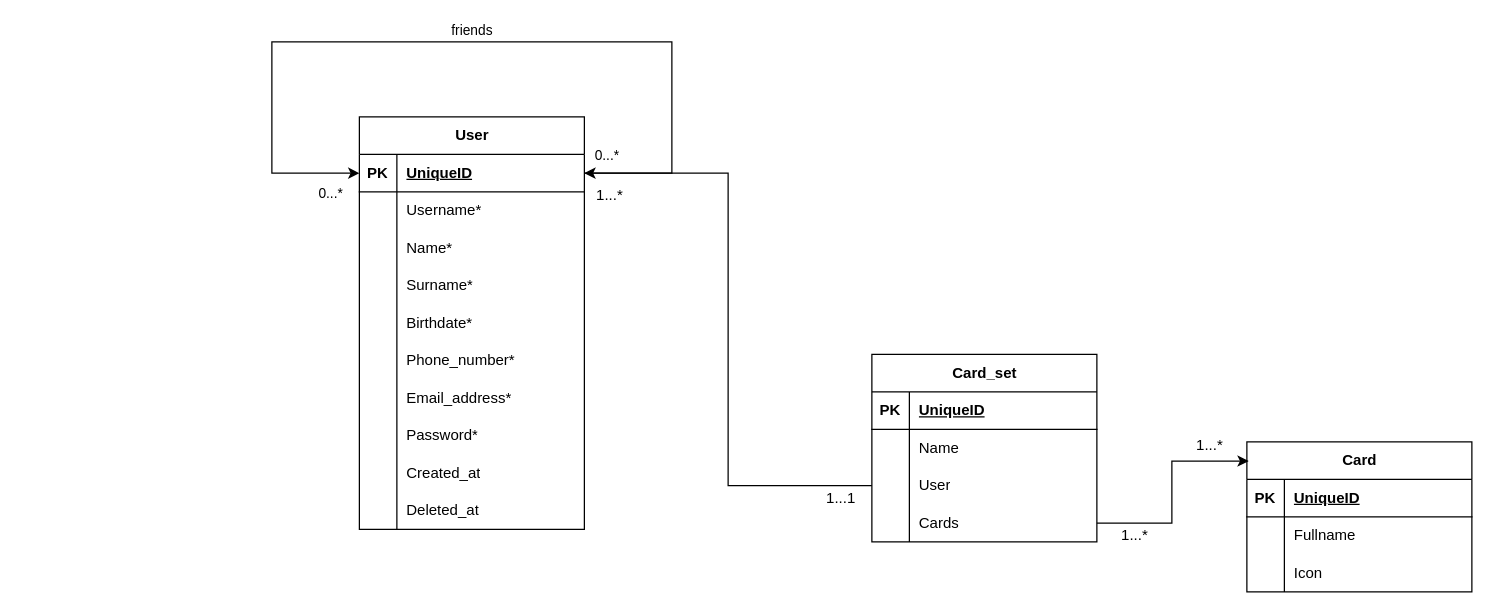
The draw.io diagram db/schemas.drawio in libbe71/guess-all, before the edit. Source tidied: cells renumbered, new cells numbered last; positions are measured from the earlier drawing's top-left corner, leaving out a move shared by most shapes. Both pictures are drawn from the tidied source at 125%, with x=0, y=0 at pixel (271, 41).
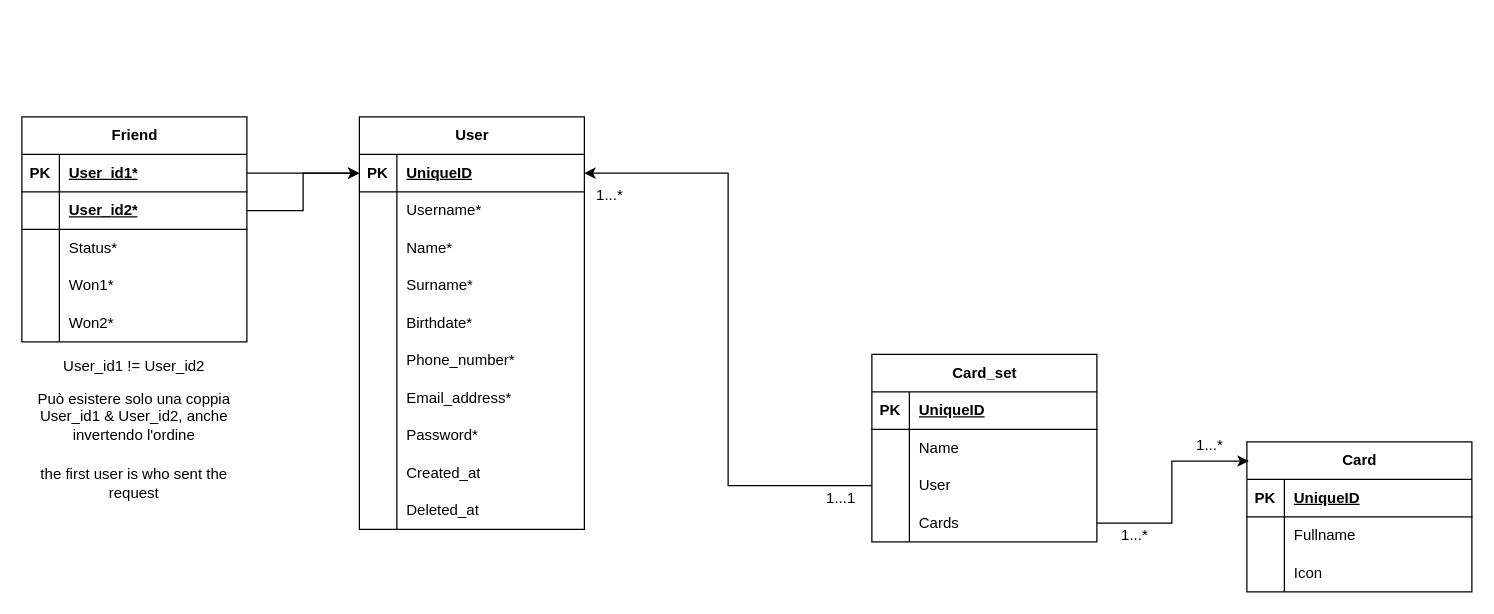
After the change.

The change refers to these unchanged cells:
```xml
<mxCell id="2" value="User" style="shape=table;startSize=30;childLayout=tableLayout;rowLines=0;fontStyle=1;align=center;html=1;" parent="1" vertex="1">
  <mxGeometry x="70" y="60" width="180" height="330" as="geometry" />
</mxCell>
<mxCell id="3" style="shape=tableRow;horizontal=0;startSize=0;swimlaneHead=0;swimlaneBody=0;fillColor=none;points=[[0,0.5],[1,0.5]];portConstraint=eastwest;top=0;left=0;right=0;bottom=1;" parent="2" vertex="1">
  <mxGeometry y="30" width="180" height="30" as="geometry" />
</mxCell>
```

Diff of the diagram source:
```diff
@@
-    <mxCell id="33" style="edgeStyle=orthogonalEdgeStyle;rounded=0;jettySize=auto;html=1;entryX=0;entryY=0.5;entryDx=0;entryDy=0;" parent="2" edge="1" target="3">
-      <mxGeometry relative="1" as="geometry">
-        <mxPoint x="180" y="45" as="sourcePoint" />
-        <Array as="points">
-          <mxPoint x="250" y="45" />
-          <mxPoint x="250" y="-60" />
-          <mxPoint x="-70" y="-60" />
-          <mxPoint x="-70" y="45" />
-        </Array>
-      </mxGeometry>
-    </mxCell>
-    <mxCell id="34" value="friends" style="edgeLabel;html=1;align=center;verticalAlign=middle;" parent="33" vertex="1">
-      <mxGeometry x="0.03" relative="1" as="geometry">
-        <mxPoint x="9" y="-10" as="offset" />
-      </mxGeometry>
-    </mxCell>
-    <mxCell id="35" value="0...*" style="edgeLabel;html=1;align=center;verticalAlign=middle;" parent="33" vertex="1">
-      <mxGeometry x="-0.95" y="-2" relative="1" as="geometry">
-        <mxPoint y="-17" as="offset" />
-      </mxGeometry>
-    </mxCell>
-    <mxCell id="36" value="0...*" style="edgeLabel;html=1;align=center;verticalAlign=middle;" parent="33" vertex="1">
-      <mxGeometry x="0.93" relative="1" as="geometry">
-        <mxPoint y="15" as="offset" />
-      </mxGeometry>
-    </mxCell>
@@
+    <mxCell id="66" value="Friend" style="shape=table;startSize=30;childLayout=tableLayout;rowLines=0;fontStyle=1;align=center;html=1;" parent="1" vertex="1">
+      <mxGeometry x="-200" y="60" width="180" height="180" as="geometry" />
+    </mxCell>
+    <mxCell id="67" style="shape=tableRow;horizontal=0;startSize=0;swimlaneHead=0;swimlaneBody=0;fillColor=none;points=[[0,0.5],[1,0.5]];portConstraint=eastwest;top=0;left=0;right=0;bottom=1;" parent="66" vertex="1">
+      <mxGeometry y="30" width="180" height="30" as="geometry" />
+    </mxCell>
+    <mxCell id="68" value="PK" style="shape=partialRectangle;fillColor=none;top=0;left=0;bottom=0;right=0;fontStyle=1;overflow=hidden;whiteSpace=wrap;html=1;" parent="67" vertex="1">
+      <mxGeometry width="30" height="30" as="geometry" />
+    </mxCell>
+    <mxCell id="69" value="User_id1*" style="shape=partialRectangle;fillColor=none;top=0;left=0;bottom=0;right=0;align=left;spacingLeft=6;fontStyle=5;overflow=hidden;whiteSpace=wrap;html=1;" parent="67" vertex="1">
+      <mxGeometry x="30" width="150" height="30" as="geometry" />
+    </mxCell>
+    <mxCell id="70" style="shape=tableRow;horizontal=0;startSize=0;swimlaneHead=0;swimlaneBody=0;fillColor=none;points=[[0,0.5],[1,0.5]];portConstraint=eastwest;top=0;left=0;right=0;bottom=1;" parent="66" vertex="1">
+      <mxGeometry y="60" width="180" height="30" as="geometry" />
+    </mxCell>
+    <mxCell id="71" style="shape=partialRectangle;fillColor=none;top=0;left=0;bottom=0;right=0;fontStyle=1;overflow=hidden;whiteSpace=wrap;html=1;" parent="70" vertex="1">
+      <mxGeometry width="30" height="30" as="geometry" />
+    </mxCell>
+    <mxCell id="72" value="User_id2*" style="shape=partialRectangle;fillColor=none;top=0;left=0;bottom=0;right=0;align=left;spacingLeft=6;fontStyle=5;overflow=hidden;whiteSpace=wrap;html=1;" parent="70" vertex="1">
+      <mxGeometry x="30" width="150" height="30" as="geometry" />
+    </mxCell>
+    <mxCell id="73" style="shape=tableRow;horizontal=0;startSize=0;swimlaneHead=0;swimlaneBody=0;fillColor=none;top=0;left=0;right=0;bottom=0;" parent="66" vertex="1">
+      <mxGeometry y="90" width="180" height="30" as="geometry" />
+    </mxCell>
+    <mxCell id="74" style="shape=partialRectangle;fillColor=none;top=0;left=0;bottom=0;right=0;overflow=hidden;whiteSpace=wrap;html=1;" parent="73" vertex="1">
+      <mxGeometry width="30" height="30" as="geometry" />
+    </mxCell>
+    <mxCell id="75" value="Status*" style="shape=partialRectangle;fillColor=none;top=0;left=0;bottom=0;right=0;align=left;spacingLeft=6;overflow=hidden;whiteSpace=wrap;html=1;" parent="73" vertex="1">
+      <mxGeometry x="30" width="150" height="30" as="geometry" />
+    </mxCell>
+    <mxCell id="76" style="shape=tableRow;horizontal=0;startSize=0;swimlaneHead=0;swimlaneBody=0;fillColor=none;top=0;left=0;right=0;bottom=0;" parent="66" vertex="1">
+      <mxGeometry y="120" width="180" height="30" as="geometry" />
+    </mxCell>
+    <mxCell id="77" style="shape=partialRectangle;fillColor=none;top=0;left=0;bottom=0;right=0;overflow=hidden;whiteSpace=wrap;html=1;" parent="76" vertex="1">
+      <mxGeometry width="30" height="30" as="geometry" />
+    </mxCell>
+    <mxCell id="78" value="Won1*" style="shape=partialRectangle;fillColor=none;top=0;left=0;bottom=0;right=0;align=left;spacingLeft=6;overflow=hidden;whiteSpace=wrap;html=1;" parent="76" vertex="1">
+      <mxGeometry x="30" width="150" height="30" as="geometry" />
+    </mxCell>
+    <mxCell id="79" style="shape=tableRow;horizontal=0;startSize=0;swimlaneHead=0;swimlaneBody=0;fillColor=none;top=0;left=0;right=0;bottom=0;" parent="66" vertex="1">
+      <mxGeometry y="150" width="180" height="30" as="geometry" />
+    </mxCell>
+    <mxCell id="80" style="shape=partialRectangle;fillColor=none;top=0;left=0;bottom=0;right=0;overflow=hidden;whiteSpace=wrap;html=1;" parent="79" vertex="1">
+      <mxGeometry width="30" height="30" as="geometry" />
+    </mxCell>
+    <mxCell id="81" value="Won2*" style="shape=partialRectangle;fillColor=none;top=0;left=0;bottom=0;right=0;align=left;spacingLeft=6;overflow=hidden;whiteSpace=wrap;html=1;" parent="79" vertex="1">
+      <mxGeometry x="30" width="150" height="30" as="geometry" />
+    </mxCell>
+    <mxCell id="82" value="the first user is who sent the request" style="text;html=1;align=center;verticalAlign=middle;whiteSpace=wrap;rounded=0;" parent="1" vertex="1">
+      <mxGeometry x="-200" y="338" width="180" height="30" as="geometry" />
+    </mxCell>
+    <mxCell id="83" style="edgeStyle=orthogonalEdgeStyle;rounded=0;jettySize=auto;html=1;exitX=1;exitY=0.5;exitDx=0;exitDy=0;entryX=0;entryY=0.5;entryDx=0;entryDy=0;" parent="1" edge="1" source="67" target="3">
+      <mxGeometry relative="1" as="geometry" />
+    </mxCell>
+    <mxCell id="84" style="edgeStyle=orthogonalEdgeStyle;rounded=0;jettySize=auto;html=1;exitX=1;exitY=0.5;exitDx=0;exitDy=0;entryX=0;entryY=0.5;entryDx=0;entryDy=0;" parent="1" edge="1" source="70" target="3">
+      <mxGeometry relative="1" as="geometry" />
+    </mxCell>
+    <mxCell id="85" value="User_id1 != User_id2" style="text;html=1;align=center;verticalAlign=middle;whiteSpace=wrap;rounded=0;" parent="1" vertex="1">
+      <mxGeometry x="-200" y="240" width="180" height="40" as="geometry" />
+    </mxCell>
+    <mxCell id="86" value="Può esistere solo una coppia User_id1 &amp;amp; User_id2, anche invertendo l'ordine" style="text;html=1;align=center;verticalAlign=middle;whiteSpace=wrap;rounded=0;" parent="1" vertex="1">
+      <mxGeometry x="-200" y="280" width="180" height="40" as="geometry" />
+    </mxCell>
```
